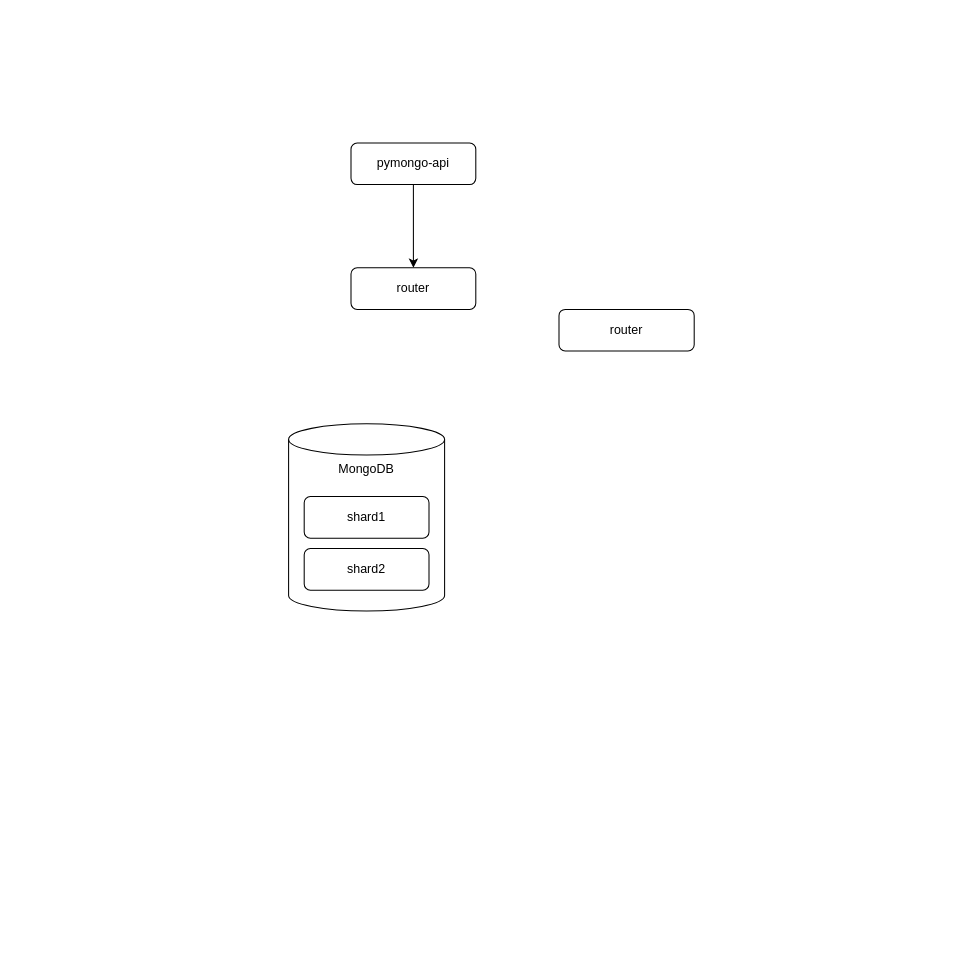
This is page "step04 - Cache" (2 of 3) of task1.drawio from kafeev/architecture-sprint-2, a draw.io file, before an edit. Source tidied: cells renumbered, new cells numbered last; positions are measured from the earlier drawing's top-left corner, leaving out a move shared by most shapes. Both pictures are drawn from the tidied source at 104%, with x=0, y=0 at pixel (288, 142).
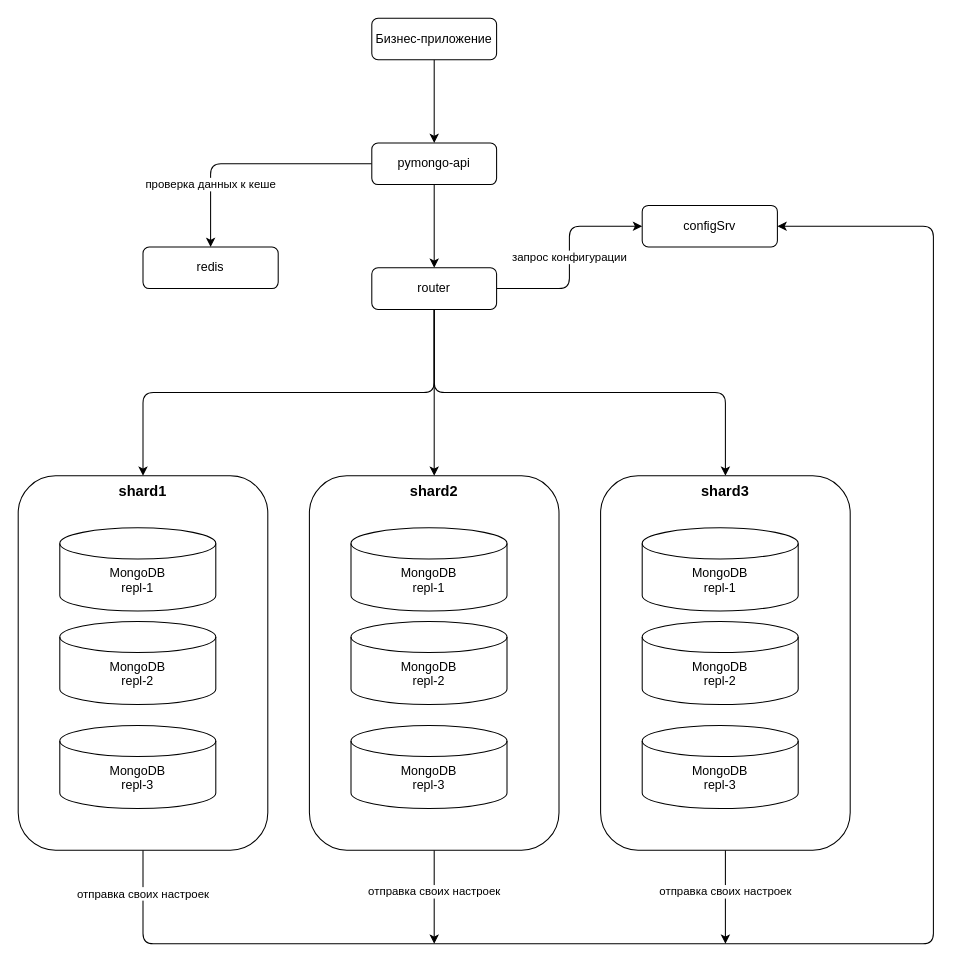
Above is the later version.

Change to the diagram source:
```diff
@@
+    <mxCell id="9" value="отправка своих настроек" style="edgeStyle=orthogonalEdgeStyle;rounded=1;jettySize=auto;html=1;entryX=1;entryY=0.5;entryDx=0;entryDy=0;exitX=0.5;exitY=1;exitDx=0;exitDy=0;curved=0;" parent="1" edge="1" source="7" target="6">
+      <mxGeometry x="-0.95" relative="1" as="geometry">
+        <Array as="points">
+          <mxPoint x="-140" y="770" />
+          <mxPoint x="620" y="770" />
+          <mxPoint x="620" y="80" />
+        </Array>
+      </mxGeometry>
+    </mxCell>
+    <mxCell id="7" value="&lt;b&gt;&lt;font style=&quot;font-size: 14px;&quot;&gt;shard1&lt;/font&gt;&lt;/b&gt;" style="rounded=1;whiteSpace=wrap;html=1;verticalAlign=top;shadow=0;glass=0;fontStyle=0;" parent="1" vertex="1">
+      <mxGeometry x="-260" y="320" width="240" height="360" as="geometry" />
+    </mxCell>
-    <mxCell id="2" value="MongoDB" style="shape=cylinder3;whiteSpace=wrap;html=1;boundedLbl=1;backgroundOutline=1;size=15;verticalAlign=top;" parent="1" vertex="1">
-      <mxGeometry y="270" width="150" height="180" as="geometry" />
+    <mxCell id="2" value="MongoDB&lt;div&gt;repl-1&lt;/div&gt;" style="shape=cylinder3;whiteSpace=wrap;html=1;boundedLbl=1;backgroundOutline=1;size=15;verticalAlign=top;" parent="1" vertex="1">
+      <mxGeometry x="-220" y="370" width="150" height="80" as="geometry" />
     </mxCell>
@@
+    <mxCell id="10" value="проверка данных к кеше" style="edgeStyle=orthogonalEdgeStyle;rounded=1;jettySize=auto;html=1;entryX=0.5;entryY=0;entryDx=0;entryDy=0;curved=0;" parent="1" edge="1" source="4" target="15">
+      <mxGeometry x="0.49" relative="1" as="geometry" />
+    </mxCell>
     <mxCell id="4" value="pymongo-api" style="rounded=1;whiteSpace=wrap;html=1;" parent="1" vertex="1">
-      <mxGeometry x="60" width="120" height="40" as="geometry" />
+      <mxGeometry x="80" width="120" height="40" as="geometry" />
     </mxCell>
+    <mxCell id="11" style="edgeStyle=orthogonalEdgeStyle;rounded=1;jettySize=auto;html=1;entryX=0.5;entryY=0;entryDx=0;entryDy=0;curved=0;exitX=0.5;exitY=1;exitDx=0;exitDy=0;" parent="1" edge="1" source="5" target="7">
+      <mxGeometry relative="1" as="geometry" />
+    </mxCell>
+    <mxCell id="12" style="edgeStyle=orthogonalEdgeStyle;rounded=1;jettySize=auto;html=1;curved=0;" parent="1" edge="1" source="5" target="8">
+      <mxGeometry relative="1" as="geometry" />
+    </mxCell>
+    <mxCell id="13" style="edgeStyle=orthogonalEdgeStyle;rounded=1;jettySize=auto;html=1;entryX=0.5;entryY=0;entryDx=0;entryDy=0;curved=0;exitX=0.5;exitY=1;exitDx=0;exitDy=0;" parent="1" edge="1" source="5" target="23">
+      <mxGeometry relative="1" as="geometry" />
+    </mxCell>
+    <mxCell id="14" value="запрос конфигурации" style="edgeStyle=orthogonalEdgeStyle;rounded=1;jettySize=auto;html=1;entryX=0;entryY=0.5;entryDx=0;entryDy=0;curved=0;" parent="1" edge="1" source="5" target="6">
+      <mxGeometry relative="1" as="geometry" />
+    </mxCell>
     <mxCell id="5" value="router" style="rounded=1;whiteSpace=wrap;html=1;" parent="1" vertex="1">
-      <mxGeometry x="60" y="120" width="120" height="40" as="geometry" />
+      <mxGeometry x="80" y="120" width="120" height="40" as="geometry" />
     </mxCell>
-    <mxCell id="6" value="router" style="rounded=1;whiteSpace=wrap;html=1;" parent="1" vertex="1">
-      <mxGeometry x="260" y="160" width="130" height="40" as="geometry" />
+    <mxCell id="6" value="configSrv" style="rounded=1;whiteSpace=wrap;html=1;" parent="1" vertex="1">
+      <mxGeometry x="340" y="60" width="130" height="40" as="geometry" />
     </mxCell>
-    <mxCell id="7" value="shard1" style="rounded=1;whiteSpace=wrap;html=1;" parent="1" vertex="1">
-      <mxGeometry x="15" y="340" width="120" height="40" as="geometry" />
-    </mxCell>
+    <mxCell id="15" value="redis" style="rounded=1;whiteSpace=wrap;html=1;" parent="1" vertex="1">
+      <mxGeometry x="-140" y="100" width="130" height="40" as="geometry" />
+    </mxCell>
+    <mxCell id="16" value="MongoDB&lt;div&gt;repl-2&lt;/div&gt;" style="shape=cylinder3;whiteSpace=wrap;html=1;boundedLbl=1;backgroundOutline=1;size=15;verticalAlign=top;" parent="1" vertex="1">
+      <mxGeometry x="-220" y="460" width="150" height="80" as="geometry" />
+    </mxCell>
+    <mxCell id="17" value="MongoDB&lt;div&gt;repl-3&lt;/div&gt;" style="shape=cylinder3;whiteSpace=wrap;html=1;boundedLbl=1;backgroundOutline=1;size=15;verticalAlign=top;" parent="1" vertex="1">
+      <mxGeometry x="-220" y="560" width="150" height="80" as="geometry" />
+    </mxCell>
+    <mxCell id="18" value="отправка своих настроек" style="edgeStyle=orthogonalEdgeStyle;rounded=0;jettySize=auto;html=1;" parent="1" edge="1" source="8">
+      <mxGeometry x="-0.12" relative="1" as="geometry">
+        <mxPoint x="140" y="770" as="targetPoint" />
+      </mxGeometry>
+    </mxCell>
-    <mxCell id="8" value="shard2" style="rounded=1;whiteSpace=wrap;html=1;" parent="1" vertex="1">
-      <mxGeometry x="15" y="390" width="120" height="40" as="geometry" />
+    <mxCell id="8" value="&lt;b&gt;&lt;font style=&quot;font-size: 14px;&quot;&gt;shard2&lt;/font&gt;&lt;/b&gt;" style="rounded=1;whiteSpace=wrap;html=1;verticalAlign=top;shadow=0;glass=0;fontStyle=0;" parent="1" vertex="1">
+      <mxGeometry x="20" y="320" width="240" height="360" as="geometry" />
     </mxCell>
+    <mxCell id="19" value="MongoDB&lt;div&gt;repl-1&lt;/div&gt;" style="shape=cylinder3;whiteSpace=wrap;html=1;boundedLbl=1;backgroundOutline=1;size=15;verticalAlign=top;" parent="1" vertex="1">
+      <mxGeometry x="60" y="370" width="150" height="80" as="geometry" />
+    </mxCell>
+    <mxCell id="20" value="MongoDB&lt;div&gt;repl-2&lt;/div&gt;" style="shape=cylinder3;whiteSpace=wrap;html=1;boundedLbl=1;backgroundOutline=1;size=15;verticalAlign=top;" parent="1" vertex="1">
+      <mxGeometry x="60" y="460" width="150" height="80" as="geometry" />
+    </mxCell>
+    <mxCell id="21" value="MongoDB&lt;div&gt;repl-3&lt;/div&gt;" style="shape=cylinder3;whiteSpace=wrap;html=1;boundedLbl=1;backgroundOutline=1;size=15;verticalAlign=top;" parent="1" vertex="1">
+      <mxGeometry x="60" y="560" width="150" height="80" as="geometry" />
+    </mxCell>
+    <mxCell id="22" value="отправка своих настроек" style="edgeStyle=orthogonalEdgeStyle;rounded=0;jettySize=auto;html=1;" parent="1" edge="1" source="23">
+      <mxGeometry x="-0.12" relative="1" as="geometry">
+        <mxPoint x="420" y="770" as="targetPoint" />
+      </mxGeometry>
+    </mxCell>
+    <mxCell id="23" value="&lt;b&gt;&lt;font style=&quot;font-size: 14px;&quot;&gt;shard3&lt;/font&gt;&lt;/b&gt;" style="rounded=1;whiteSpace=wrap;html=1;verticalAlign=top;shadow=0;glass=0;fontStyle=0;" parent="1" vertex="1">
+      <mxGeometry x="300" y="320" width="240" height="360" as="geometry" />
+    </mxCell>
+    <mxCell id="24" value="MongoDB&lt;div&gt;repl-1&lt;/div&gt;" style="shape=cylinder3;whiteSpace=wrap;html=1;boundedLbl=1;backgroundOutline=1;size=15;verticalAlign=top;" parent="1" vertex="1">
+      <mxGeometry x="340" y="370" width="150" height="80" as="geometry" />
+    </mxCell>
+    <mxCell id="25" value="MongoDB&lt;div&gt;repl-2&lt;/div&gt;" style="shape=cylinder3;whiteSpace=wrap;html=1;boundedLbl=1;backgroundOutline=1;size=15;verticalAlign=top;" parent="1" vertex="1">
+      <mxGeometry x="340" y="460" width="150" height="80" as="geometry" />
+    </mxCell>
+    <mxCell id="26" value="MongoDB&lt;div&gt;repl-3&lt;/div&gt;" style="shape=cylinder3;whiteSpace=wrap;html=1;boundedLbl=1;backgroundOutline=1;size=15;verticalAlign=top;" parent="1" vertex="1">
+      <mxGeometry x="340" y="560" width="150" height="80" as="geometry" />
+    </mxCell>
+    <mxCell id="27" style="edgeStyle=orthogonalEdgeStyle;rounded=0;jettySize=auto;html=1;entryX=0.5;entryY=0;entryDx=0;entryDy=0;" parent="1" edge="1" source="28" target="4">
+      <mxGeometry relative="1" as="geometry" />
+    </mxCell>
+    <mxCell id="28" value="Бизнес-приложение" style="rounded=1;whiteSpace=wrap;html=1;" parent="1" vertex="1">
+      <mxGeometry x="80" y="-120" width="120" height="40" as="geometry" />
+    </mxCell>
```
